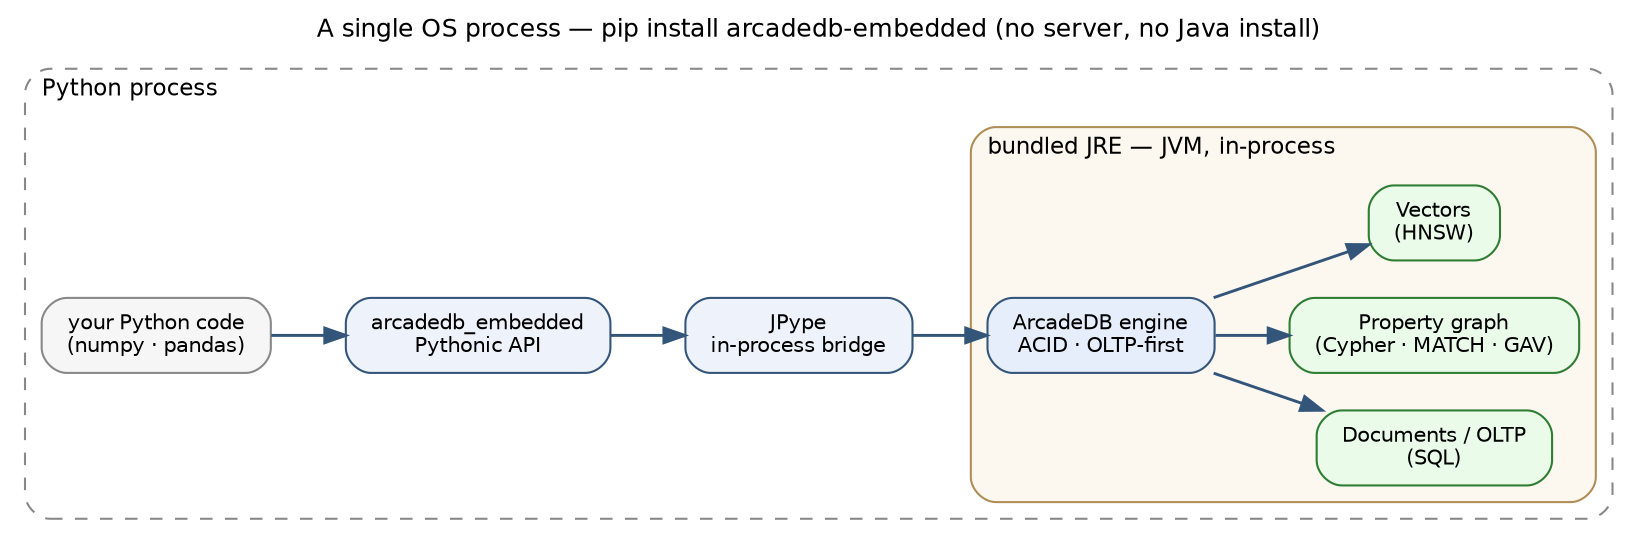
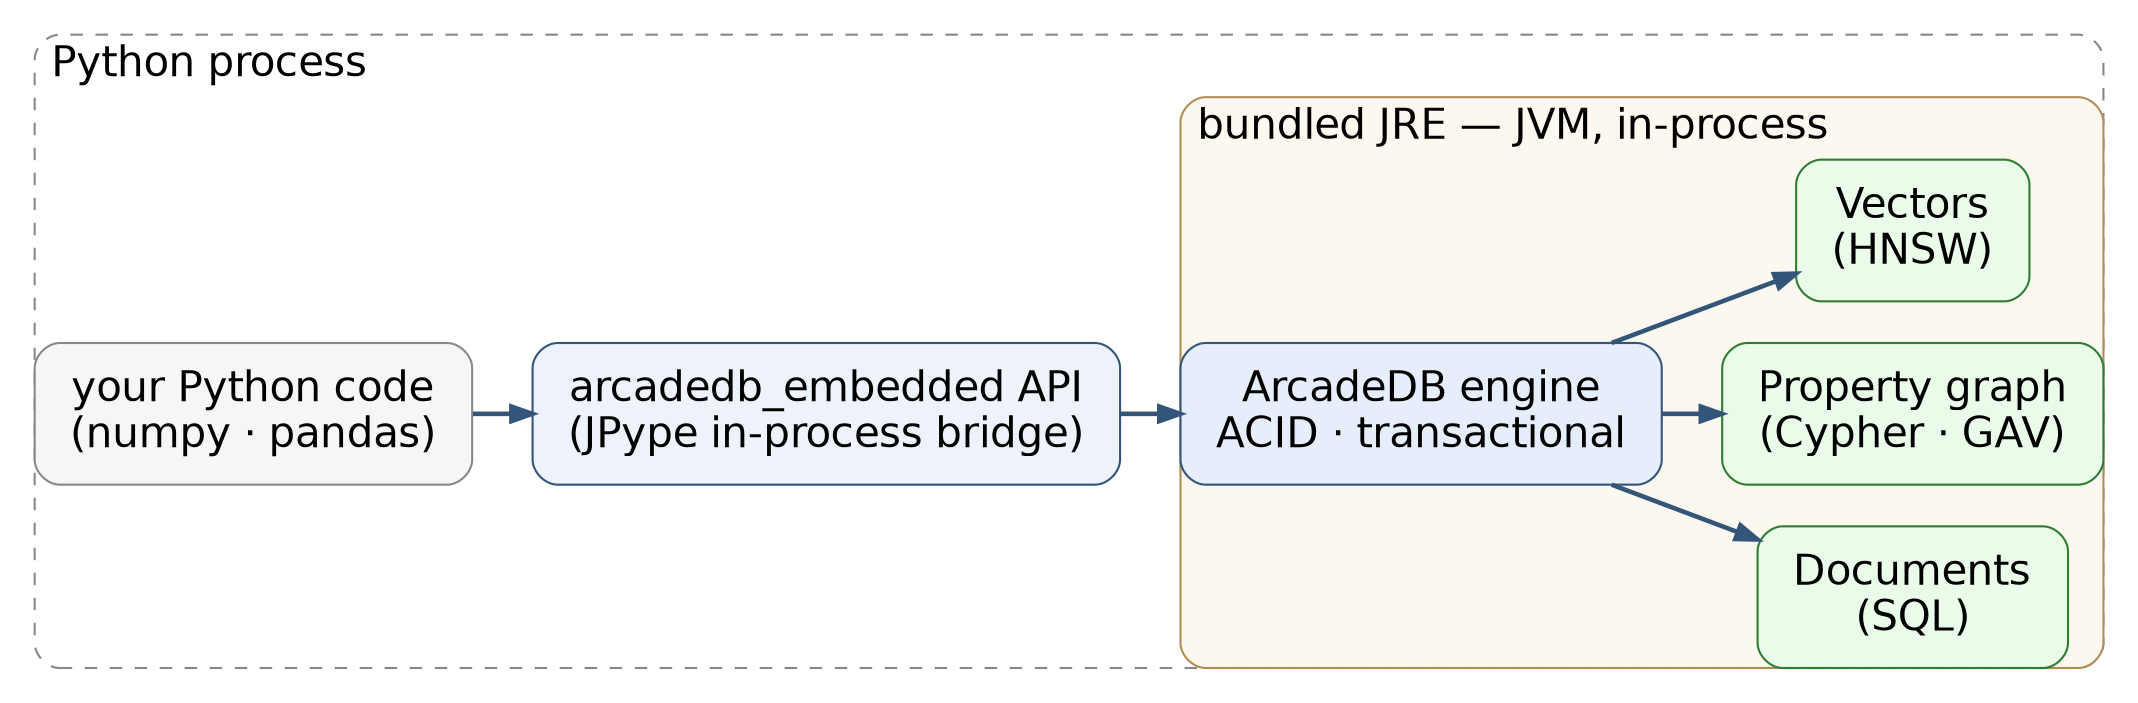
digraph arch {
  rankdir=LR;
-   graph [fontname="Helvetica", fontsize=12, labelloc=t,
-          label="A single OS process — pip install arcadedb-embedded (no server, no Java install)"];
-   node [shape=box, style="rounded,filled", fontname="Helvetica", fontsize=10,
-         fillcolor="#eef3fb", color="#33557a", margin="0.16,0.10"];
-   edge [color="#33557a", penwidth=1.4];
+   graph [fontname="Helvetica", margin=0, pad="0.12", ranksep="0.40", nodesep="0.28"];
+   node [shape=box, style="rounded,filled", fontname="Helvetica", fontsize=20,
+         fillcolor="#eef3fb", color="#33557a", margin="0.24,0.16"];
+   edge [color="#33557a", penwidth=2.2];

  subgraph cluster_py {
    label="Python process"; labeljust=l; style="rounded,dashed"; color="#888888";
-     fontname="Helvetica"; fontsize=11;
+     fontname="Helvetica"; fontsize=20;

    code [label="your Python code\n(numpy · pandas)", fillcolor="#f6f6f6", color="#888888"];
-     api  [label="arcadedb_embedded\nPythonic API"];
-     jp   [label="JPype\nin-process bridge"];
+     api  [label="arcadedb_embedded API\n(JPype in-process bridge)"];

    subgraph cluster_jvm {
      label="bundled JRE — JVM, in-process"; labeljust=l; style="rounded,filled";
-       fillcolor="#fcf7ef"; color="#b08d57"; fontname="Helvetica"; fontsize=11;
-       eng  [label="ArcadeDB engine\nACID · OLTP-first", fillcolor="#e6edfb"];
-       doc  [label="Documents / OLTP\n(SQL)", fillcolor="#eafbea", color="#2e7d32"];
-       gr   [label="Property graph\n(Cypher · MATCH · GAV)", fillcolor="#eafbea", color="#2e7d32"];
+       fillcolor="#fcf7ef"; color="#b08d57"; fontname="Helvetica"; fontsize=20;
+       eng  [label="ArcadeDB engine\nACID · transactional", fillcolor="#e6edfb"];
+       doc  [label="Documents\n(SQL)", fillcolor="#eafbea", color="#2e7d32"];
+       gr   [label="Property graph\n(Cypher · GAV)", fillcolor="#eafbea", color="#2e7d32"];
      vec  [label="Vectors\n(HNSW)", fillcolor="#eafbea", color="#2e7d32"];
    }
  }

-   code -> api -> jp -> eng;
+   code -> api -> eng;
  eng -> doc; eng -> gr; eng -> vec;
}
